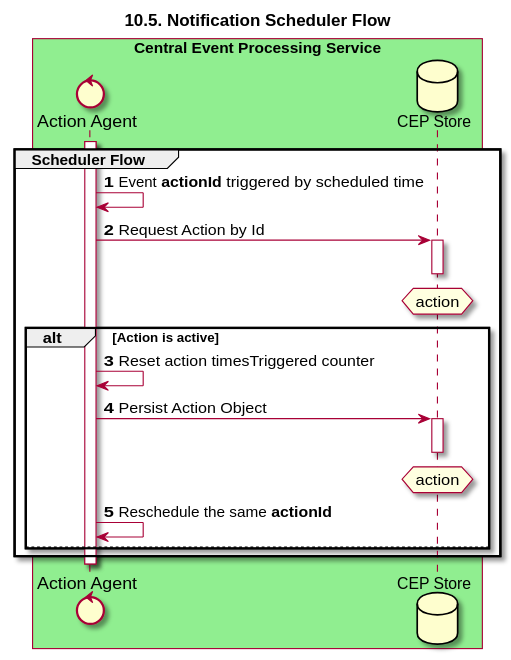
Before: docs/sequenceDiagrams/seq-cep-10.5-scheduler-flow.svg, a diagram exported from PlantUML (mojaloop/central-event-processor).
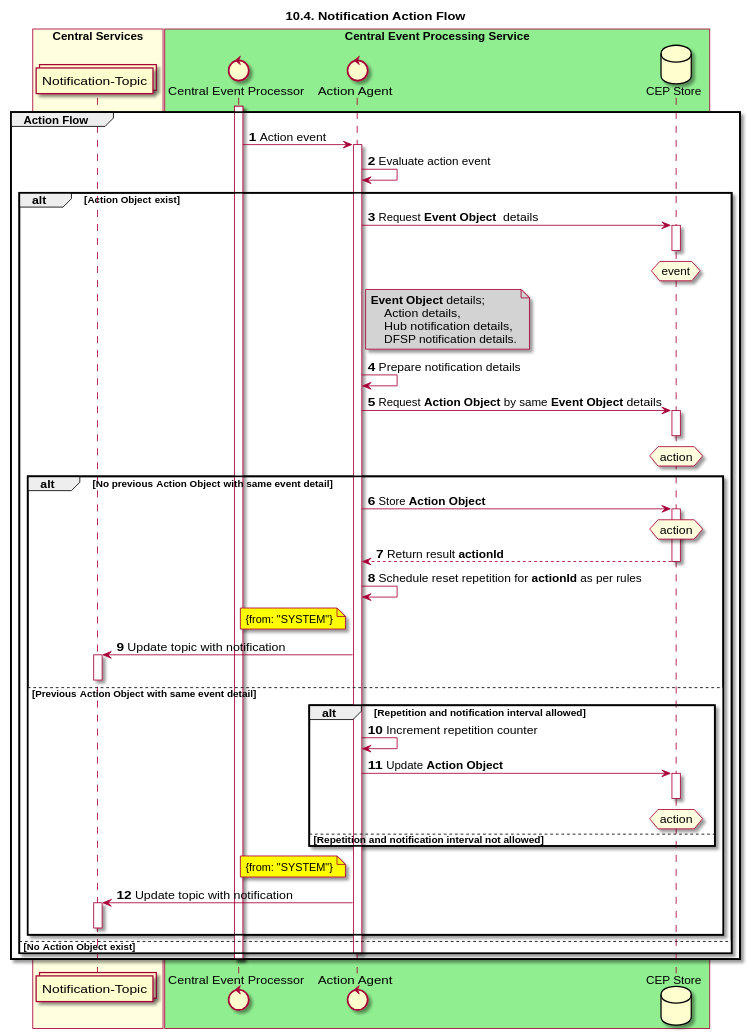
The same file after the commit.

Diff of the diagram source:
```diff
@@ -1,37 +1,85 @@
 @startuml
-title 10.5. Notification Scheduler Flow
+title 10.4. Notification Action Flow
 autonumber
 
+collections "Notification-Topic" as topicNotify
+control "Central Event Processor" as CEP
 control "Action Agent" as AA
 database "CEP Store" as DB
 
 box "Central Services" #LightYellow
+participant topicNotify
 end box
 box "Central Event Processing Service" #LightGreen
+participant CEP
 participant AA
 participant DB
 end box
 
-Group Scheduler Flow
+Group Action Flow
+    activate CEP
+    CEP -> AA: Action event
     activate AA
-    AA -> AA: Event **actionId** triggered by scheduled time
-    AA -> DB: Request Action by Id
-    hnote over DB #LightYellow
-        action
-    end note
-    activate DB
-    deactivate DB
-    alt Action is active
-    AA -> AA: Reset action timesTriggered counter
-    AA -> DB: Persist Action Object
-    hnote over DB #LightYellow
-        action
-    end note
-    activate DB
-    deactivate DB
-    AA -> AA: Reschedule the same **actionId**
-    else
+    AA -> AA: Evaluate action event
+
+    alt **Action Object** exist
+        AA -> DB: Request **Event Object**  details
+        activate DB
+        deactivate DB
+        hnote over DB #LightYellow
+            event
+        end hnote
+        note right of AA #LightGrey
+            **Event Object** details;
+                Action details,
+                Hub notification details,
+                DFSP notification details.
+        end note
+        AA -> AA: Prepare notification details
+        AA -> DB: Request **Action Object** by same **Event Object** details
+        activate DB
+        deactivate DB
+        hnote over DB #LightYellow
+            action
+        end hnote
+
+        alt No previous **Action Object** with same event detail
+            AA -> DB: Store **Action Object**
+            activate DB
+            hnote over DB #LightYellow
+                action
+            end hnote
+            AA <-- DB: Return result **actionId**
+            deactivate DB
+            AA -> AA: Schedule reset repetition for **actionId** as per rules
+            note left of AA #yellow
+                {from: "SYSTEM"}
+            end note
+            topicNotify <- AA: Update topic with notification
+            activate topicNotify
+            deactivate topicNotify
+        else Previous **Action Object** with same event detail
+
+            alt Repetition and notification interval allowed
+                AA -> AA: Increment repetition counter
+                AA -> DB: Update **Action Object**
+                activate DB
+                hnote over DB #LightYellow
+                    action
+                end hnote
+                deactivate DB
+            else Repetition and notification interval not allowed
+            end
+            note left of AA #yellow
+                {from: "SYSTEM"}
+            end note
+            topicNotify <- AA: Update topic with notification
+            activate topicNotify
+            deactivate topicNotify
+        end
+    else No **Action Object** exist
+    deactivate AA
     end
+    deactivate CEP
 end
-    deactivate AA
 @enduml
```
